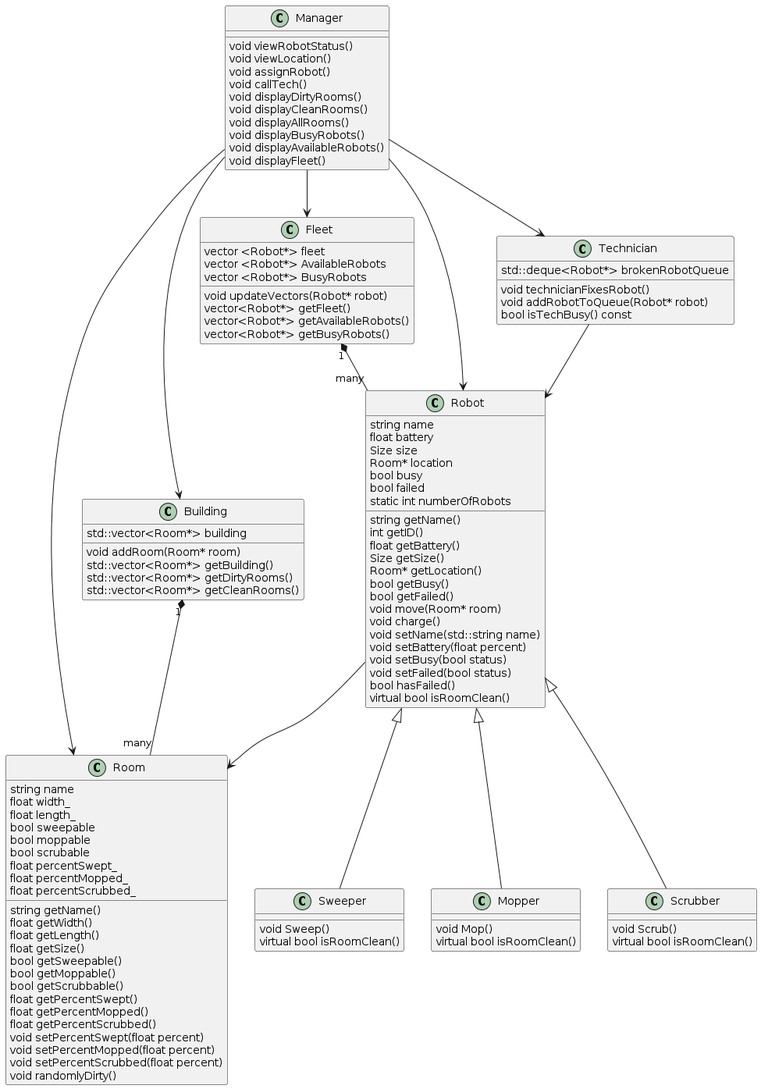
Above: docs/design/classdiagram/ClassDiagram.png in ur-cs-courses/course-project-catch-up (PlantUML), before the change.
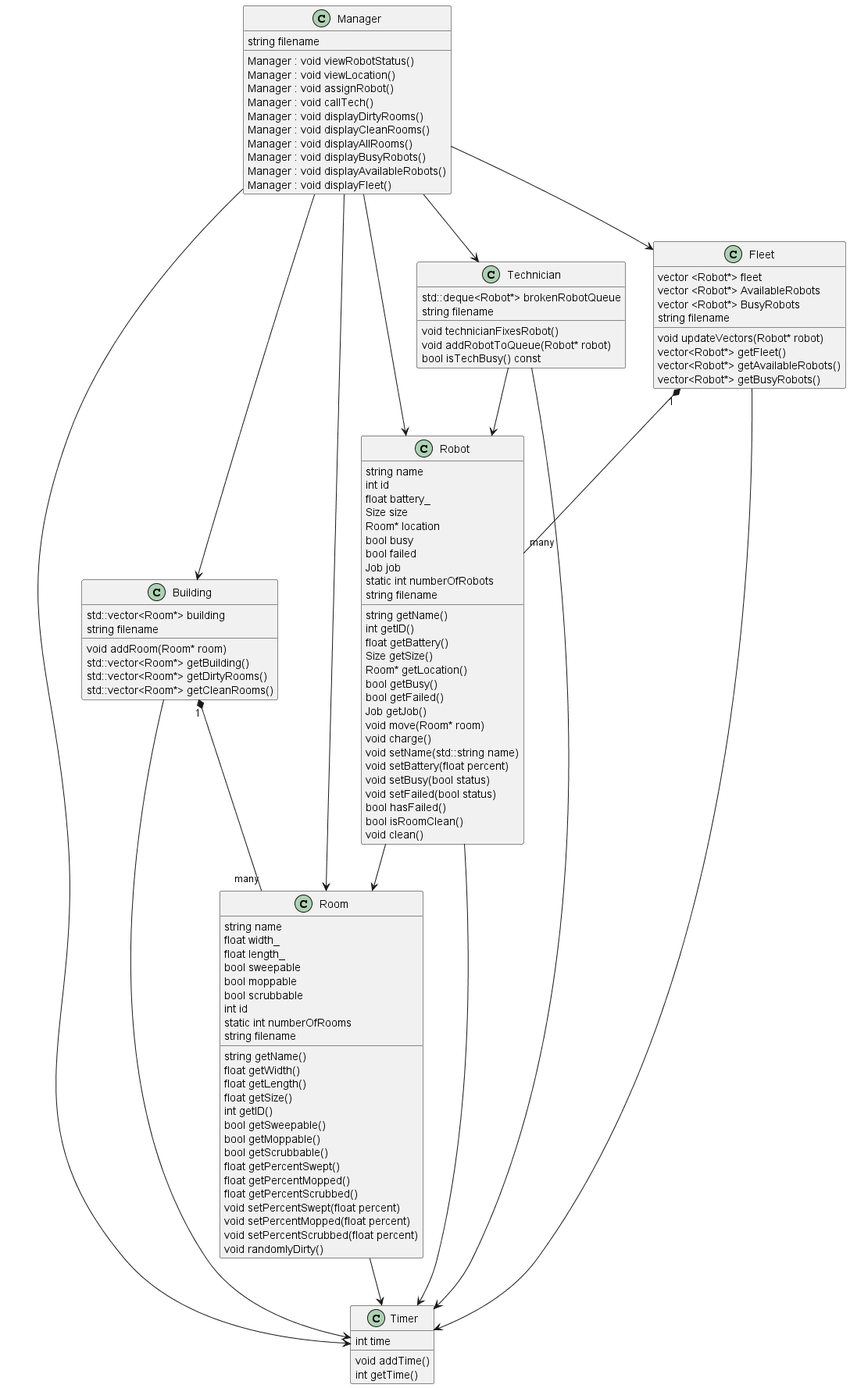
Above is the later version.

The edit, as a diff of the source:
```diff
@@ -7,16 +7,23 @@
 Manager --> Building
 
 
-Robot <|-- Sweeper
-Robot <|-- Mopper
-Robot <|-- Scrubber
+
 Technician --> Robot
 Robot --> Room
 Fleet "1" *-- "many" Robot
 Building "1" *-- "many" Room
 
+Manager --> Timer
+Technician --> Timer
+Fleet --> Timer
+Building --> Timer
+Robot --> Timer
+Room --> Timer
 
-class Manager
+
+class Manager{
+string filename
+
 Manager : void viewRobotStatus()
 Manager : void viewLocation()
 Manager : void assignRobot()
@@ -27,6 +34,7 @@
 Manager : void displayBusyRobots()
 Manager : void displayAvailableRobots()
 Manager : void displayFleet()
+}
 
 class Room{
 string name
@@ -34,15 +42,16 @@
 float length_
 bool sweepable
 bool moppable
-bool scrubable
-float percentSwept_
-float percentMopped_
-float percentScrubbed_
+bool scrubbable
+int id
+static int numberOfRooms
+string filename
 
 string getName()
 float getWidth()
 float getLength()
 float getSize()
+int getID()
 bool getSweepable()
 bool getMoppable()
 bool getScrubbable()
@@ -57,12 +66,15 @@
 
 class Robot{
 string name
-float battery
+int id
+float battery_
 Size size
 Room* location
 bool busy
 bool failed
+Job job
 static int numberOfRobots
+string filename
 
 string getName()
 int getID()
@@ -71,6 +83,7 @@
 Room* getLocation()
 bool getBusy()
 bool getFailed()
+Job getJob()
 void move(Room* room)
 void charge()
 void setName(std::string name)
@@ -78,13 +91,15 @@
 void setBusy(bool status)
 void setFailed(bool status)
 bool hasFailed()
-virtual bool isRoomClean()
+bool isRoomClean()
+void clean()
 }
 
 class Fleet{
       vector <Robot*> fleet
       vector <Robot*> AvailableRobots
       vector <Robot*> BusyRobots
+      string filename
 
       void updateVectors(Robot* robot)
       vector<Robot*> getFleet()
@@ -95,6 +110,7 @@
 
 class Technician{
     std::deque<Robot*> brokenRobotQueue
+    string filename
 
     void technicianFixesRobot()
     void addRobotToQueue(Robot* robot)
@@ -104,6 +120,7 @@
 
 class Building{
     std::vector<Room*> building
+    string filename
 
     void addRoom(Room* room)
     std::vector<Room*> getBuilding()
@@ -111,19 +128,13 @@
     std::vector<Room*> getCleanRooms()
 }
 
-class Sweeper{
-    void Sweep()
-    virtual bool isRoomClean()
+class Timer{
+    int time
+
+    void addTime()
+    int getTime()
 }
 
-class Scrubber{
-    void Scrub()
-    virtual bool isRoomClean()
-}
 
-class Mopper{
-    void Mop()
-    virtual bool isRoomClean()
-}
 
 @enduml
```
